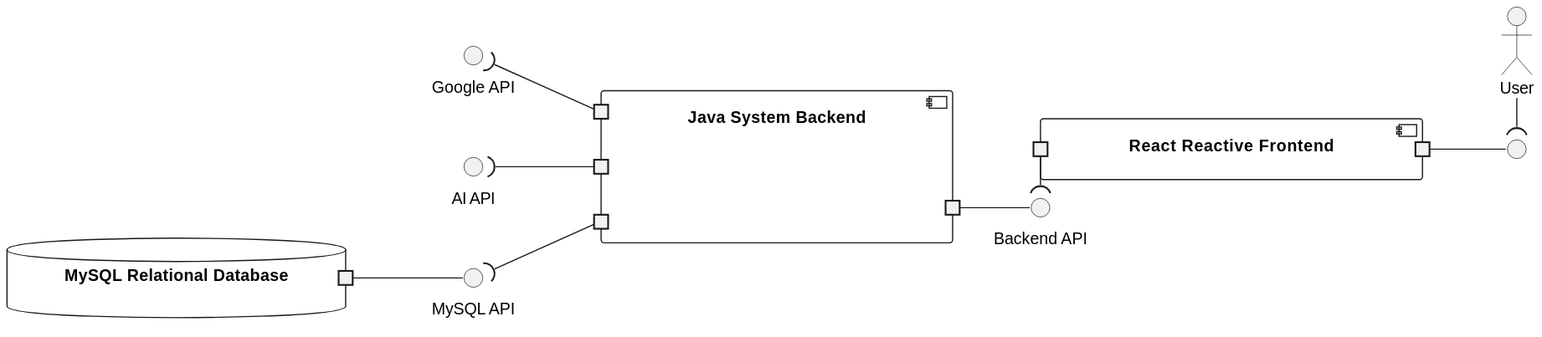
Before: Documentation/componentdiagramlevel2/Component Diagram Level 2.svg, a diagram exported from PlantUML (RafaelFaisca32/LABDSOF).
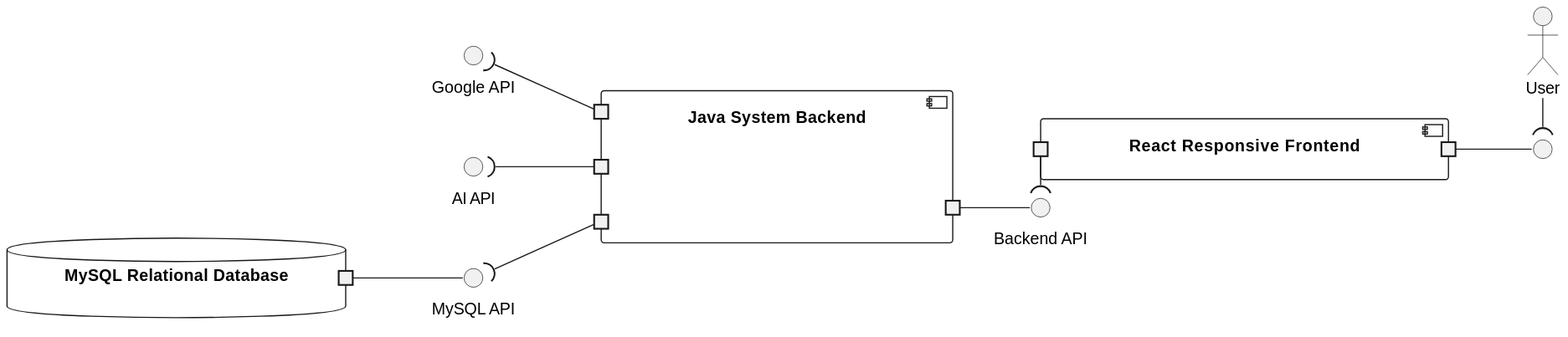
Above is the later version.

Commit message:
LABDSOF-12: Reactive -> Responsive

Change to the diagram source:
```diff
@@ -3,7 +3,7 @@
 
 actor User
 
-component reactive_frontend as "React Reactive Frontend" {
+component reactive_frontend as "React Responsive Frontend" {
     portout " " as port_frontend_to_user
     portin " " as port_frontend_to_backend
 }
```
